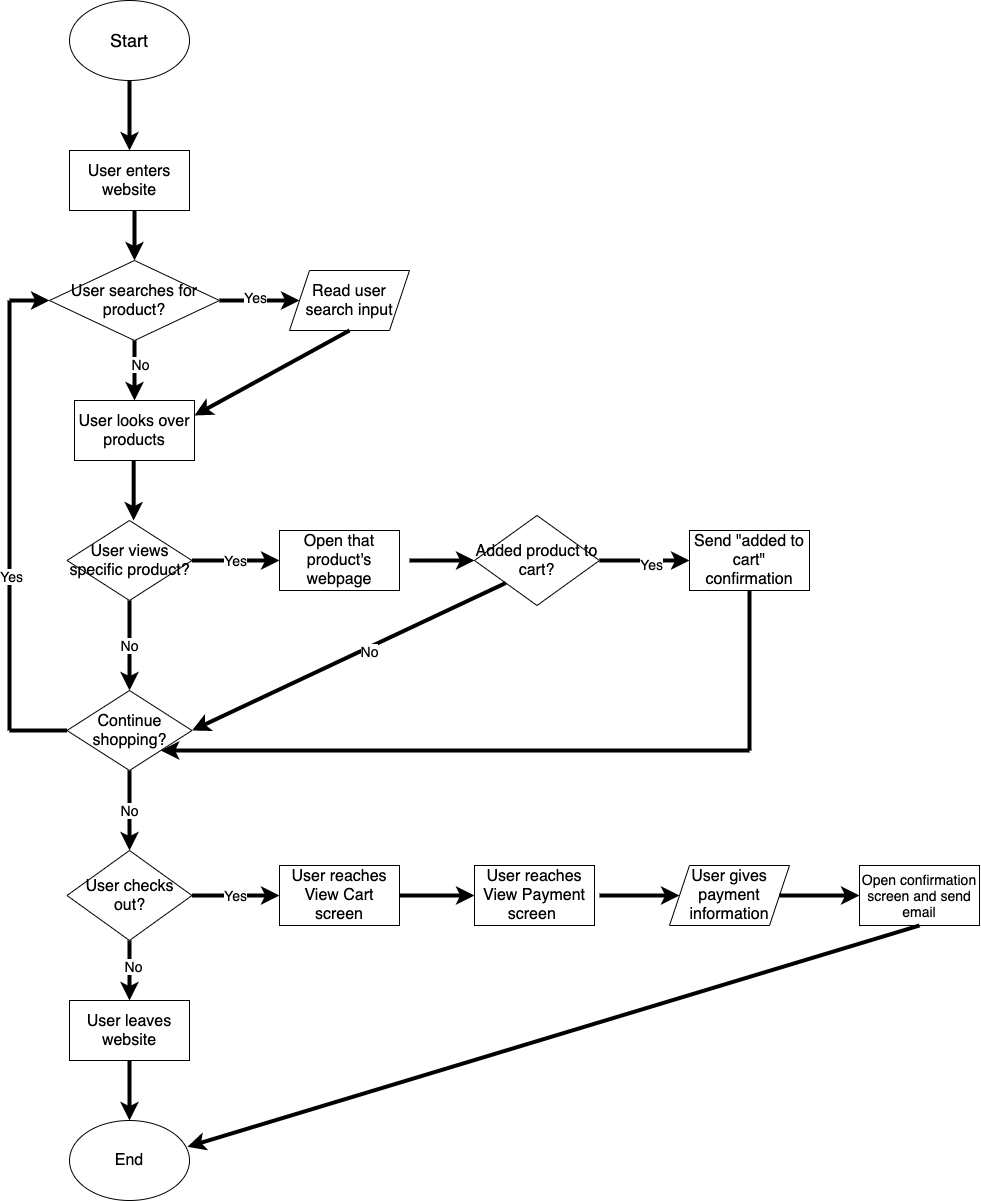
Earlier version of the draw.io export explore/diagramming/diagram.drawio.png (kianezaz/fa21-cse110-lab4). Source tidied: cells renumbered, new cells last; positions are measured from the earlier drawing's top-left corner, leaving out a move shared by most shapes.
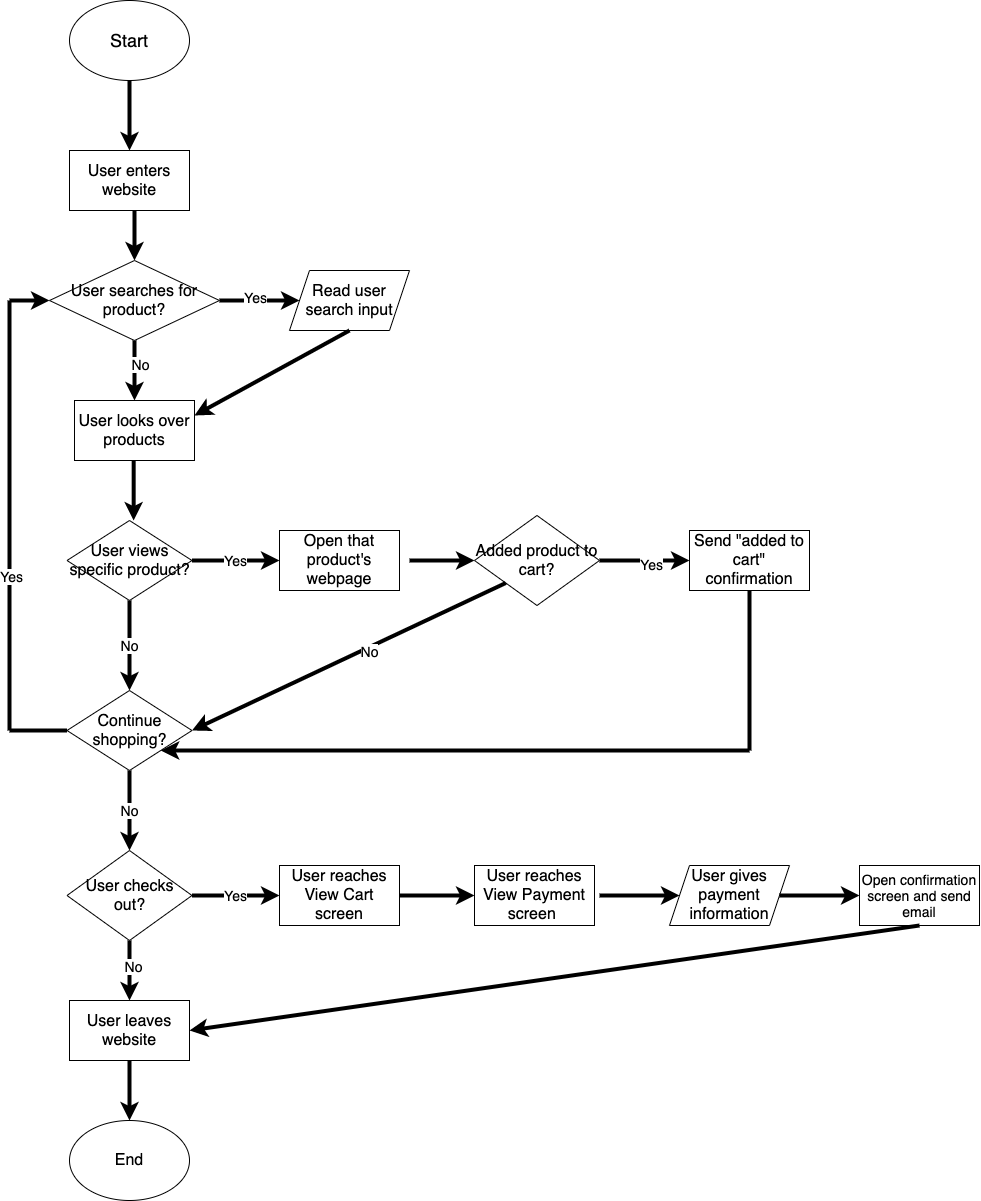
Later version of the same file.

The edit, as a diff of the source:
```diff
@@ -132,7 +132,7 @@
     <mxCell id="37" style="endArrow=classic;html=1;strokeWidth=4;exitX=1;exitY=0.5;exitDx=0;exitDy=0;entryX=0;entryY=0.5;entryDx=0;entryDy=0;" parent="1" edge="1" source="35" target="36">
       <mxGeometry relative="1" as="geometry" />
     </mxCell>
-    <mxCell id="38" style="endArrow=classic;html=1;strokeWidth=4;exitX=0.5;exitY=1;exitDx=0;exitDy=0;entryX=0.983;entryY=0.329;entryDx=0;entryDy=0;entryPerimeter=0;" parent="1" edge="1" source="36" target="32">
+    <mxCell id="38" style="endArrow=classic;html=1;strokeWidth=4;exitX=0.5;exitY=1;exitDx=0;exitDy=0;entryX=1;entryY=0.5;entryDx=0;entryDy=0;" parent="1" edge="1" source="36" target="29">
       <mxGeometry relative="1" as="geometry" />
     </mxCell>
     <mxCell id="39" style="endArrow=classic;html=1;strokeWidth=4;exitX=0.5;exitY=1;exitDx=0;exitDy=0;entryX=0.5;entryY=0;entryDx=0;entryDy=0;" parent="1" edge="1" source="2" target="3">
```
